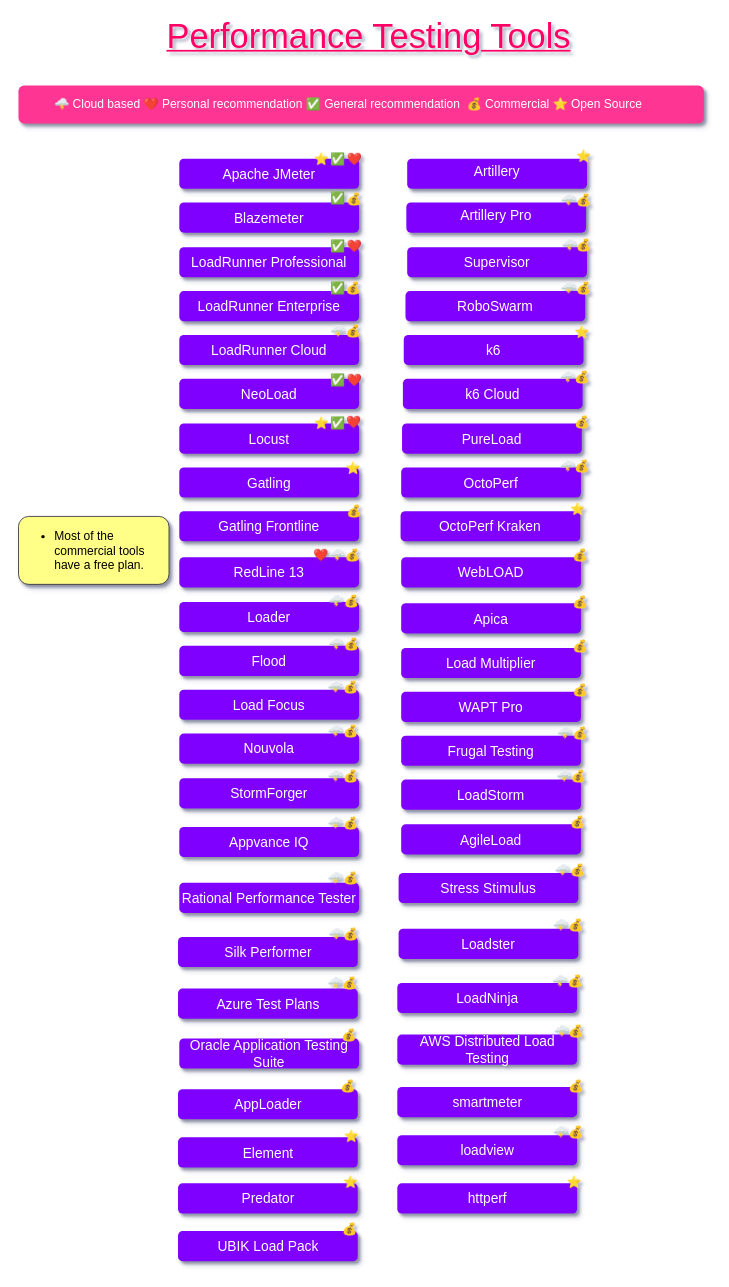
Above: PerformanceTestingTools.drawio in QAInsights/Performance-Testing-Tools (draw.io), before the change. Source tidied: cells renumbered, new cells numbered last; positions are measured from the earlier drawing's top-left corner, leaving out a move shared by most shapes. Both pictures are drawn from the tidied source at 86%, with x=0, y=0 at pixel (18, 27).
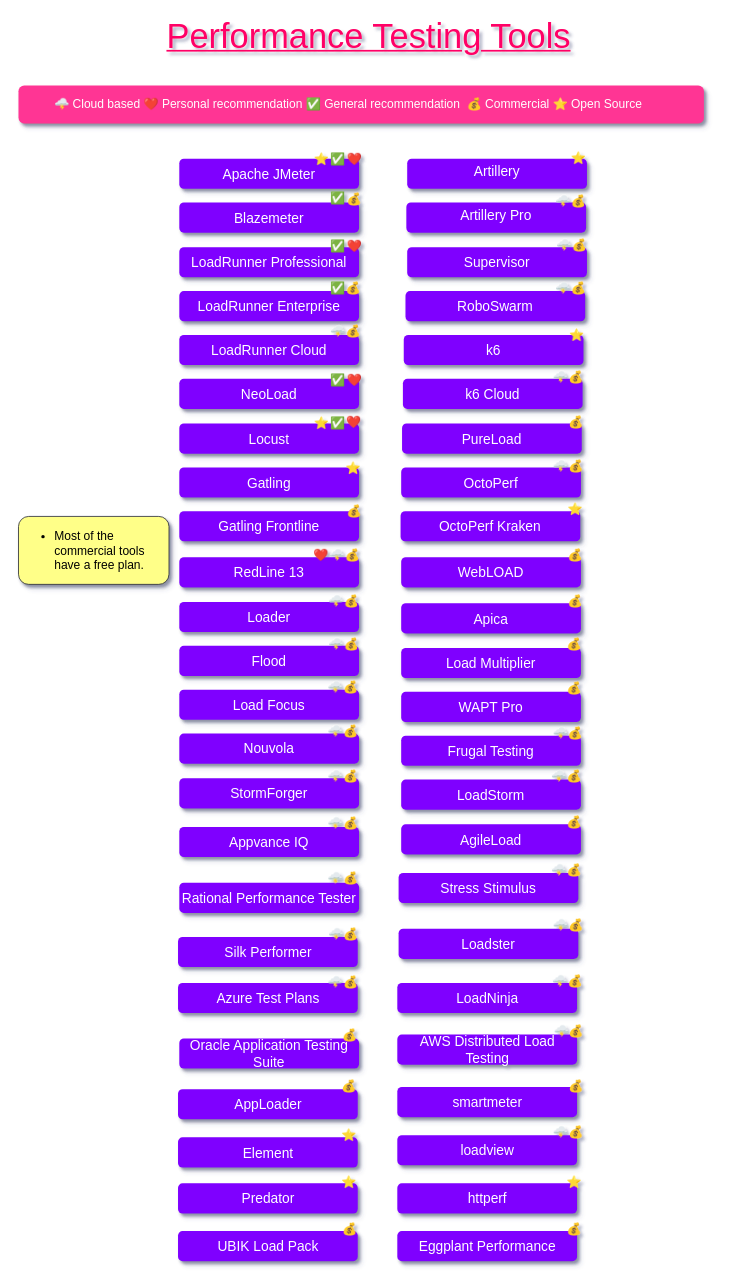
The same diagram, later.

What changed in the source:
```diff
@@
     <mxCell id="45" value="&lt;font style=&quot;font-size: 14px&quot;&gt;⭐&lt;/font&gt;" style="text;html=1;align=center;verticalAlign=middle;fontSize=16;fontFamily=Ubuntu;fontColor=#FFFFFF;" parent="1" vertex="1">
-      <mxGeometry x="640.5" y="342" width="29" height="24" as="geometry" />
+      <mxGeometry x="634.5" y="344.5" width="29" height="24" as="geometry" />
     </mxCell>
@@
     <mxCell id="50" value="&lt;font style=&quot;font-size: 14px&quot;&gt;⭐&lt;/font&gt;" style="text;html=1;align=center;verticalAlign=middle;fontSize=16;fontFamily=Ubuntu;fontColor=#FFFFFF;" parent="1" vertex="1">
-      <mxGeometry x="642" y="137" width="29" height="24" as="geometry" />
+      <mxGeometry x="636.5" y="139" width="29" height="24" as="geometry" />
     </mxCell>
@@
     <mxCell id="57" style="group;" parent="1" vertex="1">
-      <mxGeometry x="625.8" y="244" width="44.5" height="19" as="geometry" />
+      <mxGeometry x="620" y="244" width="44.5" height="19" as="geometry" />
     </mxCell>
@@
     <mxCell id="60" style="group;" parent="1" vertex="1">
-      <mxGeometry x="625" y="191" width="44.5" height="19" as="geometry" />
+      <mxGeometry x="619" y="192" width="44.5" height="19" as="geometry" />
     </mxCell>
@@
     <mxCell id="63" style="group;" parent="1" vertex="1">
-      <mxGeometry x="625.2" y="294.5" width="44.5" height="19" as="geometry" />
+      <mxGeometry x="619" y="294.5" width="44.5" height="19" as="geometry" />
     </mxCell>
@@
     <mxCell id="66" style="group;" parent="1" vertex="1">
-      <mxGeometry x="623.8" y="397" width="44.5" height="19" as="geometry" />
+      <mxGeometry x="616" y="397" width="44.5" height="19" as="geometry" />
     </mxCell>
@@
     <mxCell id="69" style="group;" parent="1" vertex="1">
-      <mxGeometry x="621" y="811.5" width="44.5" height="19" as="geometry" />
+      <mxGeometry x="615.5" y="811.5" width="44.5" height="19" as="geometry" />
     </mxCell>
@@
     <mxCell id="72" value="&lt;span style=&quot;color: rgb(255 , 255 , 255) ; font-family: &amp;#34;ubuntu&amp;#34; ; font-size: 14px ; text-align: left&quot;&gt;💰&lt;/span&gt;" style="text;html=1;align=center;verticalAlign=middle;" parent="1" vertex="1">
-      <mxGeometry x="642" y="449.5" width="26" height="19" as="geometry" />
+      <mxGeometry x="635" y="449" width="26" height="19" as="geometry" />
     </mxCell>
     <mxCell id="73" style="group;" parent="1" vertex="1">
-      <mxGeometry x="623.8" y="500" width="44.5" height="19" as="geometry" />
+      <mxGeometry x="616" y="500" width="44.5" height="19" as="geometry" />
     </mxCell>
@@
     <mxCell id="76" value="&lt;span style=&quot;color: rgb(255 , 255 , 255) ; font-family: &amp;#34;ubuntu&amp;#34; ; font-size: 14px ; text-align: left&quot;&gt;💰&lt;/span&gt;" style="text;html=1;align=center;verticalAlign=middle;" parent="1" vertex="1">
-      <mxGeometry x="639.5" y="659" width="26" height="19" as="geometry" />
+      <mxGeometry x="633.5" y="657" width="26" height="19" as="geometry" />
     </mxCell>
     <mxCell id="77" value="&lt;span style=&quot;color: rgb(255 , 255 , 255) ; font-family: &amp;#34;ubuntu&amp;#34; ; font-size: 14px ; text-align: left&quot;&gt;💰&lt;/span&gt;" style="text;html=1;align=center;verticalAlign=middle;" parent="1" vertex="1">
-      <mxGeometry x="639.5" y="710" width="26" height="19" as="geometry" />
+      <mxGeometry x="633" y="708" width="26" height="19" as="geometry" />
     </mxCell>
     <mxCell id="78" value="&lt;span style=&quot;color: rgb(255 , 255 , 255) ; font-family: &amp;#34;ubuntu&amp;#34; ; font-size: 14px ; text-align: left&quot;&gt;💰&lt;/span&gt;" style="text;html=1;align=center;verticalAlign=middle;" parent="1" vertex="1">
-      <mxGeometry x="639.5" y="761" width="26" height="19" as="geometry" />
+      <mxGeometry x="633" y="759" width="26" height="19" as="geometry" />
     </mxCell>
     <mxCell id="79" style="group;" parent="1" vertex="1">
-      <mxGeometry x="619.5" y="861" width="44.5" height="19" as="geometry" />
+      <mxGeometry x="614" y="861" width="44.5" height="19" as="geometry" />
     </mxCell>
@@
     <mxCell id="82" value="&lt;span style=&quot;color: rgb(255 , 255 , 255) ; font-family: &amp;#34;ubuntu&amp;#34; ; font-size: 14px ; text-align: left&quot;&gt;💰&lt;/span&gt;" style="text;html=1;align=center;verticalAlign=middle;" parent="1" vertex="1">
-      <mxGeometry x="636.5" y="914" width="26" height="19" as="geometry" />
+      <mxGeometry x="632.5" y="914" width="26" height="19" as="geometry" />
     </mxCell>
     <mxCell id="83" style="group;" parent="1" vertex="1">
-      <mxGeometry x="618" y="970" width="44.5" height="19" as="geometry" />
+      <mxGeometry x="614" y="970" width="44.5" height="19" as="geometry" />
     </mxCell>
@@
     <mxCell id="124" value="Azure Test Plans" style="rounded=1;whiteSpace=wrap;html=1;shadow=1;glass=0;labelBackgroundColor=none;sketch=0;fontFamily=Ubuntu;fontSize=16;align=center;spacingRight=0;strokeColor=none;fontColor=#FFFFFF;fillColor=#7F00FF;" parent="1" vertex="1">
-      <mxGeometry x="185.5" y="1118" width="209" height="35" as="geometry" />
+      <mxGeometry x="185.5" y="1111.5" width="209" height="35" as="geometry" />
     </mxCell>
     <mxCell id="125" style="group;" parent="1" vertex="1">
-      <mxGeometry x="353.5" y="1102" width="44.5" height="19" as="geometry" />
+      <mxGeometry x="354" y="1100" width="44.5" height="19" as="geometry" />
     </mxCell>
@@
     <mxCell id="133" value="&lt;span style=&quot;color: rgb(255 , 255 , 255) ; font-family: &amp;#34;ubuntu&amp;#34; ; font-size: 14px ; text-align: left&quot;&gt;💰&lt;/span&gt;" style="text;html=1;align=center;verticalAlign=middle;" parent="1" vertex="1">
-      <mxGeometry x="371" y="1162" width="26" height="19" as="geometry" />
+      <mxGeometry x="372" y="1162" width="26" height="19" as="geometry" />
     </mxCell>
@@
     <mxCell id="137" value="&lt;span style=&quot;color: rgb(255 , 255 , 255) ; font-family: &amp;#34;ubuntu&amp;#34; ; font-size: 14px ; text-align: left&quot;&gt;💰&lt;/span&gt;" style="text;html=1;align=center;verticalAlign=middle;" parent="1" vertex="1">
-      <mxGeometry x="370" y="1221" width="26" height="19" as="geometry" />
+      <mxGeometry x="371" y="1221" width="26" height="19" as="geometry" />
     </mxCell>
@@
     <mxCell id="143" value="&lt;font style=&quot;font-size: 14px&quot;&gt;⭐&lt;/font&gt;" style="text;html=1;align=center;verticalAlign=middle;fontSize=16;fontFamily=Ubuntu;fontColor=#FFFFFF;" parent="1" vertex="1">
-      <mxGeometry x="372.5" y="1276" width="29" height="24" as="geometry" />
+      <mxGeometry x="369.5" y="1275" width="29" height="24" as="geometry" />
     </mxCell>
@@
     <mxCell id="147" value="&lt;font style=&quot;font-size: 14px&quot;&gt;⭐&lt;/font&gt;" style="text;html=1;align=center;verticalAlign=middle;fontSize=16;fontFamily=Ubuntu;fontColor=#FFFFFF;" parent="1" vertex="1">
-      <mxGeometry x="371.5" y="1329.5" width="29" height="24" as="geometry" />
+      <mxGeometry x="369" y="1329.5" width="29" height="24" as="geometry" />
     </mxCell>
@@
     <mxCell id="150" value="&lt;span style=&quot;color: rgb(255 , 255 , 255) ; font-family: &amp;#34;ubuntu&amp;#34; ; font-size: 14px ; text-align: left&quot;&gt;💰&lt;/span&gt;" style="text;html=1;align=center;verticalAlign=middle;" parent="1" vertex="1">
-      <mxGeometry x="639.5" y="604.5" width="26" height="19" as="geometry" />
+      <mxGeometry x="634" y="604.5" width="26" height="19" as="geometry" />
     </mxCell>
     <mxCell id="151" value="&lt;font style=&quot;font-size: 14px&quot;&gt;⭐&lt;/font&gt;" style="text;html=1;align=center;verticalAlign=middle;fontSize=16;fontFamily=Ubuntu;fontColor=#FFFFFF;" parent="1" vertex="1">
-      <mxGeometry x="635" y="548" width="29" height="24" as="geometry" />
+      <mxGeometry x="632" y="548" width="29" height="24" as="geometry" />
     </mxCell>
@@
+    <mxCell id="154" value="Eggplant Performance" style="rounded=1;whiteSpace=wrap;html=1;shadow=1;glass=0;labelBackgroundColor=none;sketch=0;fontFamily=Ubuntu;fontSize=16;align=center;spacingRight=0;strokeColor=none;fontColor=#FFFFFF;fillColor=#7F00FF;" parent="1" vertex="1">
+      <mxGeometry x="440.5" y="1400" width="209" height="35" as="geometry" />
+    </mxCell>
+    <mxCell id="155" value="&lt;span style=&quot;color: rgb(255 , 255 , 255) ; font-family: &amp;#34;ubuntu&amp;#34; ; font-size: 14px ; text-align: left&quot;&gt;💰&lt;/span&gt;" style="text;html=1;align=center;verticalAlign=middle;" parent="1" vertex="1">
+      <mxGeometry x="633" y="1388" width="26" height="19" as="geometry" />
+    </mxCell>
```
